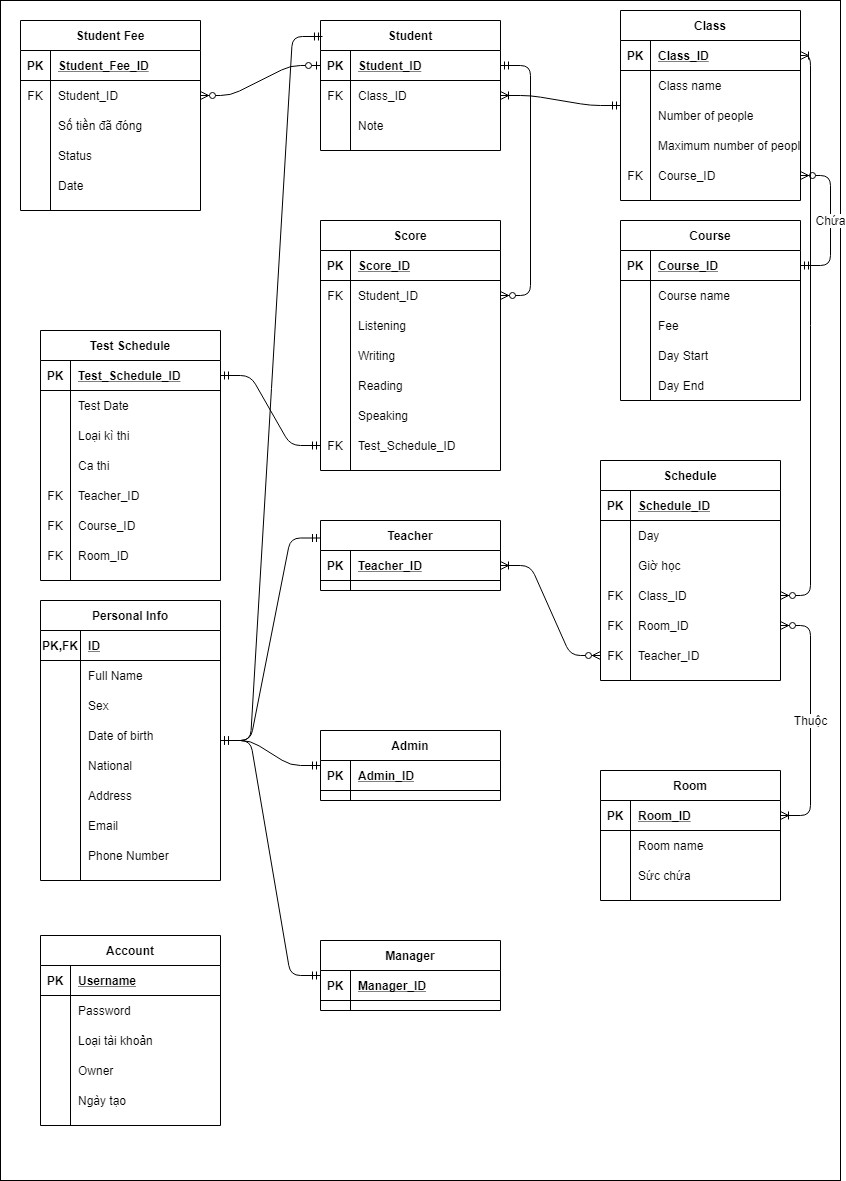
Above: ERD QlyHocVienTTAVpng.png in truongthang2211/QlyHocVienTTAV (draw.io), before the change. Source tidied: cells renumbered, new cells last; positions are measured from the earlier drawing's top-left corner, leaving out a move shared by most shapes.
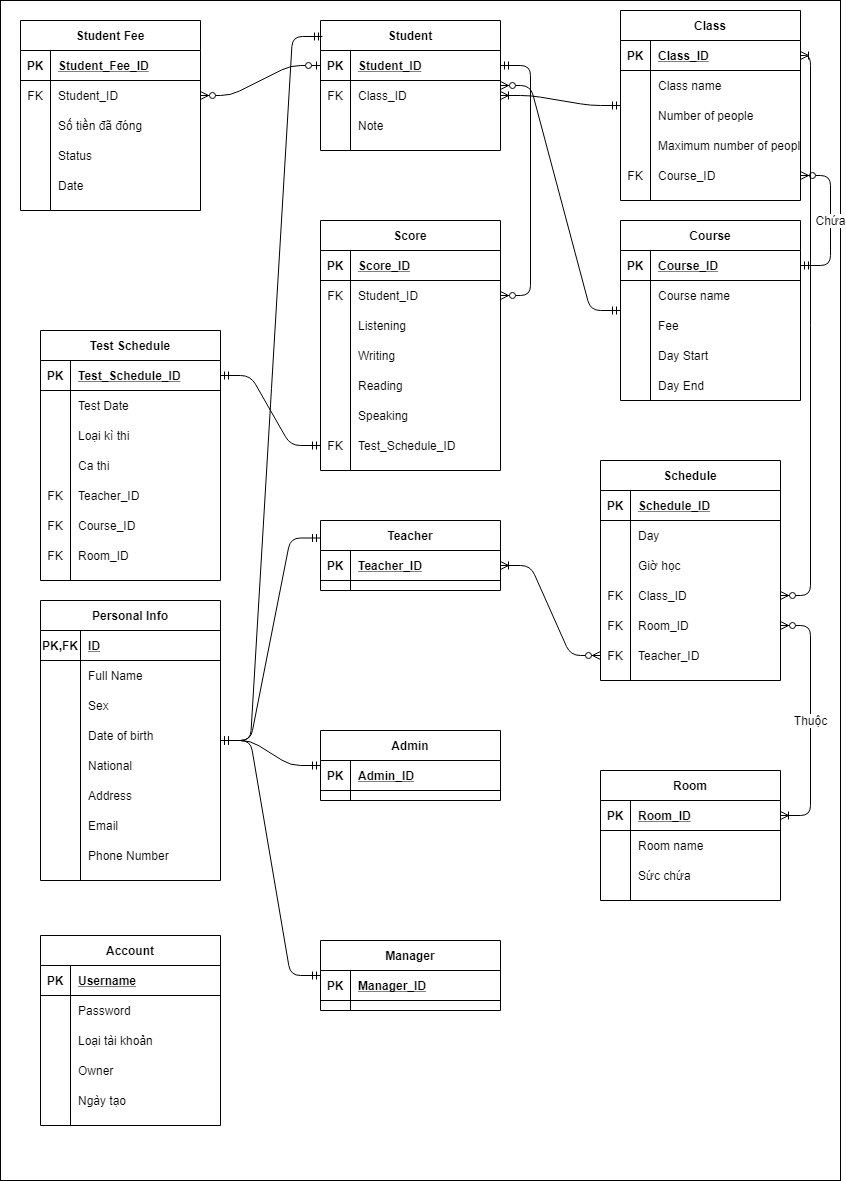
Later version of the same file.

Commit message:
them course vao student

The edit, as a diff of the source:
```diff
@@ -593,5 +593,8 @@
     <mxCell id="198" style="edgeStyle=entityRelationEdgeStyle;fontSize=12;html=1;endArrow=ERmandOne;startArrow=ERmandOne;" parent="1" edge="1" source="146" target="178">
       <mxGeometry relative="1" as="geometry" />
     </mxCell>
+    <mxCell id="199" style="edgeStyle=entityRelationEdgeStyle;fontSize=12;html=1;endArrow=ERzeroToMany;startArrow=ERmandOne;" parent="1" edge="1" source="17" target="3">
+      <mxGeometry relative="1" as="geometry" />
+    </mxCell>
   </root>
 </mxGraphModel>
```
